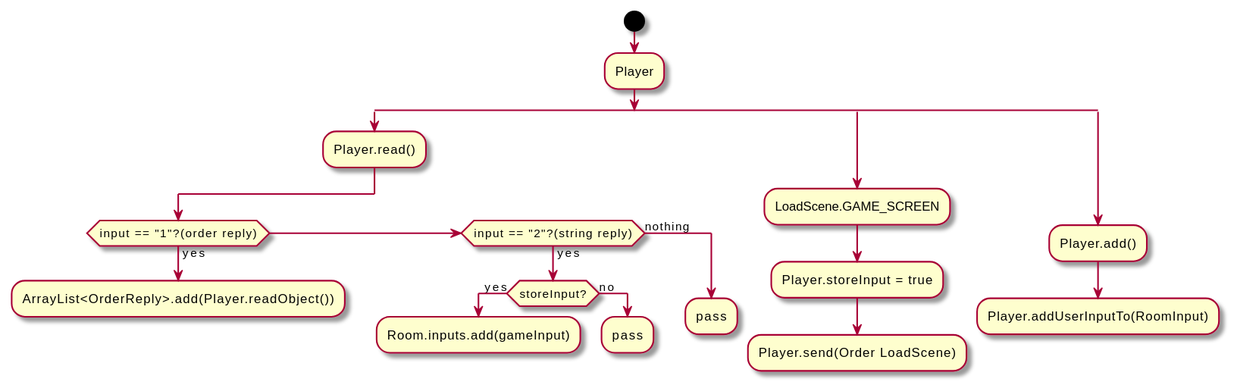
Above: Flowcharts/Rendered/PlayerClass.svg in yashdwivedi/mavenproject1 (PlantUML), before the change. Its diagram source:
```plantuml
@startuml
start
:Player;
split
    :Player.read();
    if (input == "1"?(order reply)) then (yes)
        :ArrayList<OrderReply>.add(Player.readObject());
        detach
    elseif (input == "2"?(string reply)) then (yes)
        if (storeInput?) then (yes)
            :Room.inputs.add(gameInput);
            detach
        else (no)
            :pass;
            detach
        endif
    else (nothing)
        :pass;
    endif
    detach
split again
    :LoadScene.GAME_SCREEN;
    :Player.storeInput = true;
    :Player.send(Order LoadScene);
    detach
split again
    :Player.add();
    :Player.addUserInputTo(RoomInput);
    detach
end split
@enduml
```
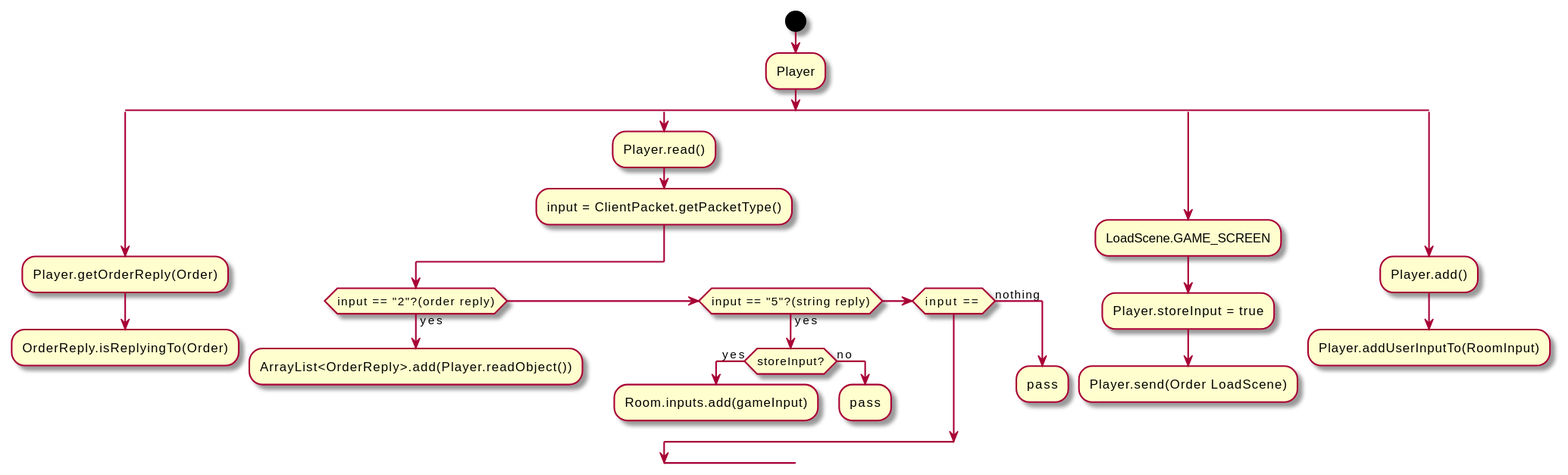
After the change.

Commit message:
🤖 Rendered PlantUML diagrams

Diff of the diagram source:
```diff
@@ -2,11 +2,17 @@
 start
 :Player;
 split
+    :Player.getOrderReply(Order);
+    :OrderReply.isReplyingTo(Order);
+
+    detach
+split again
     :Player.read();
-    if (input == "1"?(order reply)) then (yes)
+    :input = ClientPacket.getPacketType();
+    if (input == "2"?(order reply)) then (yes)
         :ArrayList<OrderReply>.add(Player.readObject());
         detach
-    elseif (input == "2"?(string reply)) then (yes)
+    elseif (input == "5"?(string reply)) then (yes)
         if (storeInput?) then (yes)
             :Room.inputs.add(gameInput);
             detach
@@ -14,6 +20,7 @@
             :pass;
             detach
         endif
+    elseif (input == )
     else (nothing)
         :pass;
     endif
```
